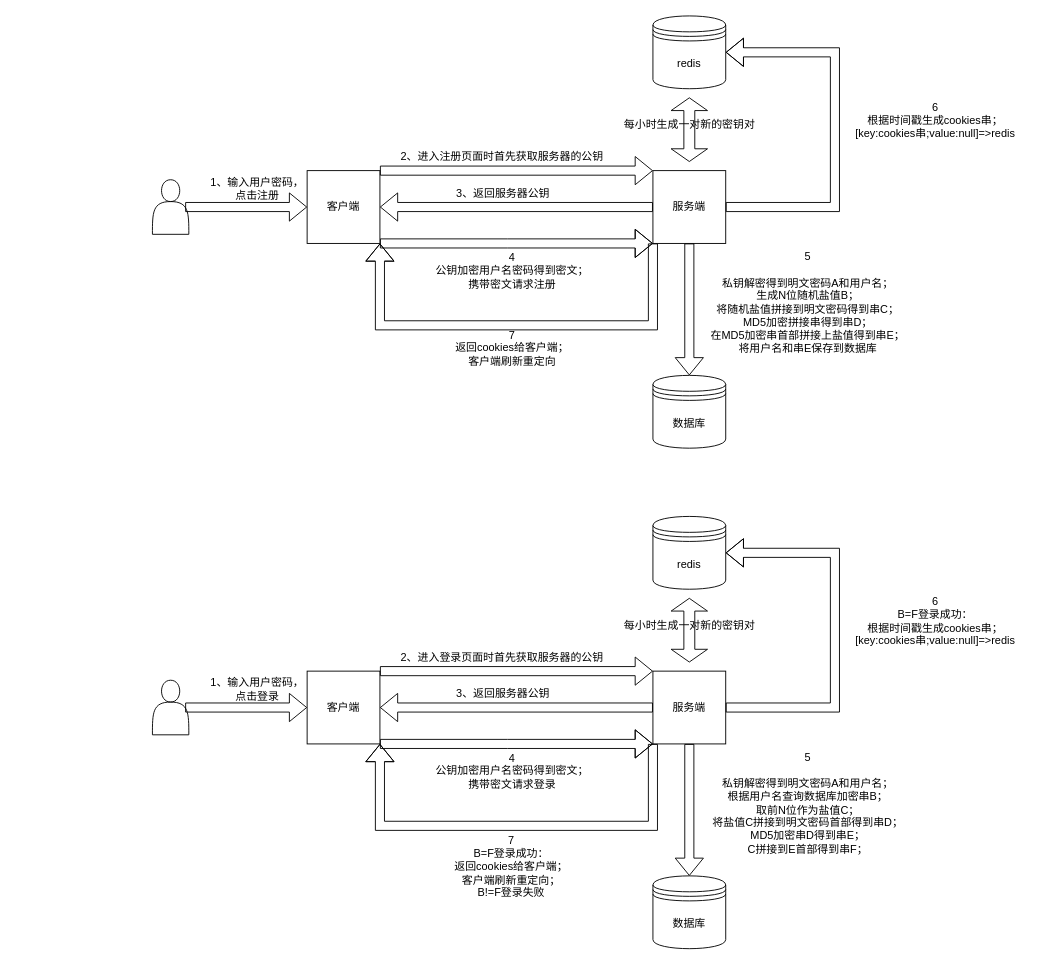
Earlier version of the draw.io diagram 用户登录安全性保证.drawio (red-fox-yj/draw.io). Source tidied: cells renumbered, new cells numbered last; positions are measured from the earlier drawing's top-left corner, leaving out a move shared by most shapes. Both pictures are drawn from the tidied source at 91%, with x=0, y=0 at pixel (152, 15).
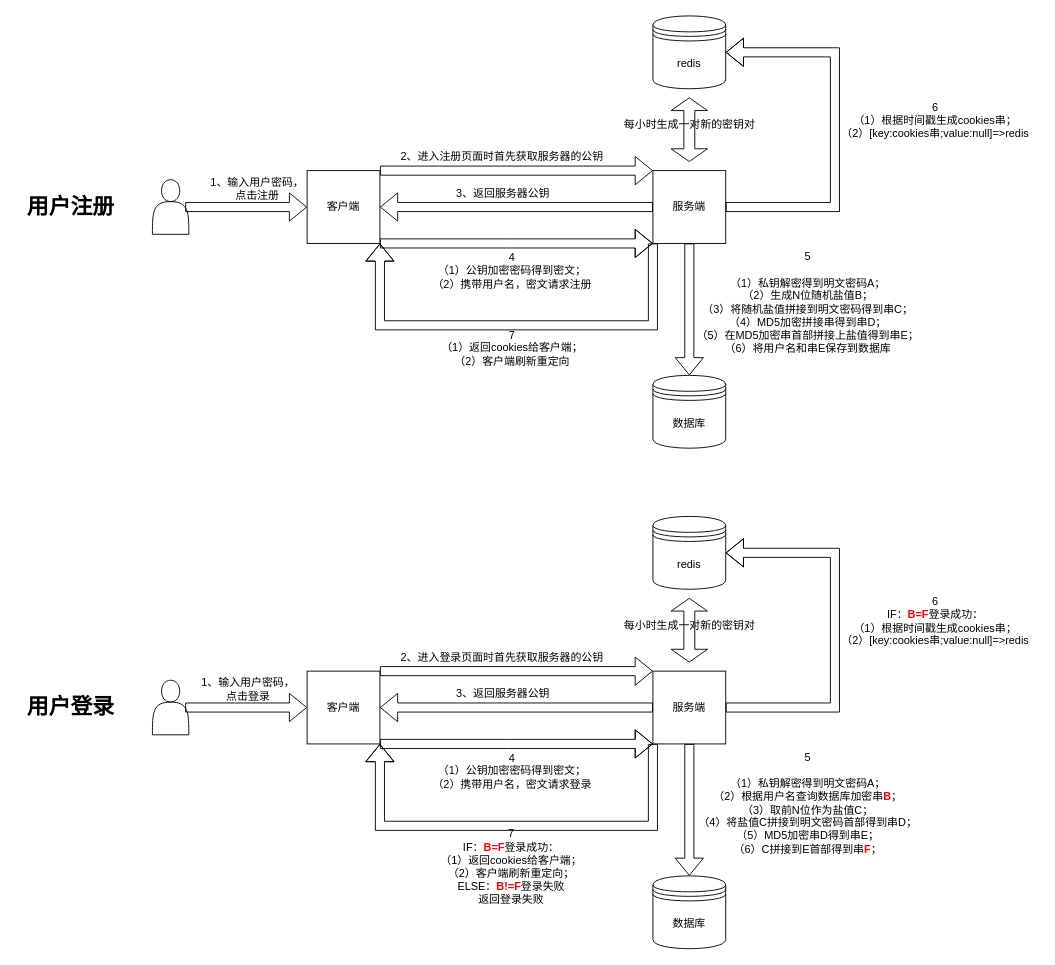
Above is the later version.

Commit message:
更新用户登录安全性保证.drawio

Diff of the diagram source:
```diff
@@
-    <mxCell id="14" value="4&lt;br&gt;公钥加密用户名密码得到密文；&lt;br&gt;携带密文请求注册" style="text;html=1;align=center;verticalAlign=middle;strokeColor=none;fillColor=none;" parent="1" vertex="1">
-      <mxGeometry x="300" y="250" width="190" height="60" as="geometry" />
+    <mxCell id="14" value="4&lt;br&gt;（1）公钥加密密码得到密文；&lt;br&gt;（2）携带用户名，密文请求注册" style="text;html=1;align=center;verticalAlign=middle;strokeColor=none;fillColor=none;" parent="1" vertex="1">
+      <mxGeometry x="295" y="250" width="200" height="60" as="geometry" />
     </mxCell>
@@
-    <mxCell id="17" value="5&lt;br&gt;&lt;br&gt;私钥解密得到明文密码A和用户名；&lt;br&gt;生成N位随机盐值B；&lt;br&gt;将随机盐值拼接到明文密码得到串C；&lt;br&gt;MD5加密拼接串得到串D；&lt;br&gt;在MD5加密串首部拼接上盐值得到串E；&lt;br&gt;将用户名和串E保存到数据库" style="text;html=1;align=center;verticalAlign=middle;strokeColor=none;fillColor=none;" parent="1" vertex="1">
-      <mxGeometry x="600" y="250" width="240" height="130" as="geometry" />
+    <mxCell id="17" value="5&lt;br&gt;&lt;br&gt;（1）私钥解密得到明文密码A；&lt;br&gt;（2）生成N位随机盐值B；&lt;br&gt;（3）将随机盐值拼接到明文密码得到串C；&lt;br&gt;（4）MD5加密拼接串得到串D；&lt;br&gt;（5）在MD5加密串首部拼接上盐值得到串E；&lt;br&gt;（6）将用户名和串E保存到数据库" style="text;html=1;align=center;verticalAlign=middle;strokeColor=none;fillColor=none;" parent="1" vertex="1">
+      <mxGeometry x="585" y="250" width="270" height="130" as="geometry" />
     </mxCell>
@@
-    <mxCell id="19" value="6&lt;br&gt;根据时间戳生成cookies串；&lt;br&gt;[key:cookies串;value:null]=&amp;gt;redis" style="text;html=1;align=center;verticalAlign=middle;strokeColor=none;fillColor=none;" parent="1" vertex="1">
-      <mxGeometry x="760" y="85" width="200" height="60" as="geometry" />
+    <mxCell id="19" value="6&lt;br&gt;（1）根据时间戳生成cookies串；&lt;br&gt;（2）[key:cookies串;value:null]=&amp;gt;redis" style="text;html=1;align=center;verticalAlign=middle;strokeColor=none;fillColor=none;" parent="1" vertex="1">
+      <mxGeometry x="745" y="85" width="230" height="60" as="geometry" />
     </mxCell>
-    <mxCell id="20" value="7&lt;br&gt;返回cookies给客户端；&lt;br&gt;客户端刷新重定向" style="text;html=1;align=center;verticalAlign=middle;strokeColor=none;fillColor=none;" parent="1" vertex="1">
-      <mxGeometry x="320" y="335" width="150" height="60" as="geometry" />
+    <mxCell id="20" value="7&lt;br&gt;（1）返回cookies给客户端；&lt;br&gt;（2）客户端刷新重定向" style="text;html=1;align=center;verticalAlign=middle;strokeColor=none;fillColor=none;" parent="1" vertex="1">
+      <mxGeometry x="305" y="335" width="180" height="60" as="geometry" />
     </mxCell>
@@
     <mxCell id="30" value="1、输入用户密码，&lt;br&gt;点击登录" style="text;html=1;align=center;verticalAlign=middle;strokeColor=none;fillColor=none;" parent="1" vertex="1">
-      <mxGeometry x="50" y="720" width="130" height="40" as="geometry" />
+      <mxGeometry x="40" y="720" width="130" height="40" as="geometry" />
     </mxCell>
@@
-    <mxCell id="35" value="4&lt;br&gt;公钥加密用户名密码得到密文；&lt;br&gt;携带密文请求登录" style="text;html=1;align=center;verticalAlign=middle;strokeColor=none;fillColor=none;" parent="1" vertex="1">
-      <mxGeometry x="300" y="800" width="190" height="60" as="geometry" />
+    <mxCell id="35" value="4&lt;br&gt;（1）公钥加密密码得到密文；&lt;br&gt;（2）携带用户名，密文请求登录" style="text;html=1;align=center;verticalAlign=middle;strokeColor=none;fillColor=none;" parent="1" vertex="1">
+      <mxGeometry x="295" y="800" width="200" height="60" as="geometry" />
     </mxCell>
@@
-    <mxCell id="38" value="5&lt;br&gt;&lt;br&gt;私钥解密得到明文密码A和用户名；&lt;br&gt;根据用户名查询数据库加密串B；&lt;br&gt;取前N位作为盐值C；&lt;br&gt;将盐值C拼接到明文密码首部得到串D；&lt;br&gt;MD5加密串D得到串E；&lt;br&gt;C拼接到E首部得到串F；" style="text;html=1;align=center;verticalAlign=middle;strokeColor=none;fillColor=none;" parent="1" vertex="1">
-      <mxGeometry x="605" y="800" width="230" height="130" as="geometry" />
+    <mxCell id="38" value="5&lt;br&gt;&lt;br&gt;（1）私钥解密得到明文密码A；&lt;br&gt;（2）根据用户名查询数据库加密串&lt;b&gt;&lt;font color=&quot;#ff0000&quot;&gt;B&lt;/font&gt;&lt;/b&gt;；&lt;br&gt;（3）取前N位作为盐值C；&lt;br&gt;（4）将盐值C拼接到明文密码首部得到串D；&lt;br&gt;（5）MD5加密串D得到串E；&lt;br&gt;（6）C拼接到E首部得到串&lt;font color=&quot;#ff0000&quot;&gt;&lt;b&gt;F&lt;/b&gt;&lt;/font&gt;；" style="text;html=1;align=center;verticalAlign=middle;strokeColor=none;fillColor=none;" parent="1" vertex="1">
+      <mxGeometry x="590" y="800" width="260" height="130" as="geometry" />
     </mxCell>
@@
-    <mxCell id="40" value="6&lt;br&gt;B=F登录成功：&lt;br&gt;根据时间戳生成cookies串；&lt;br&gt;[key:cookies串;value:null]=&amp;gt;redis" style="text;html=1;align=center;verticalAlign=middle;strokeColor=none;fillColor=none;" parent="1" vertex="1">
-      <mxGeometry x="760" y="630" width="200" height="70" as="geometry" />
+    <mxCell id="40" value="6&lt;br&gt;IF：&lt;font color=&quot;#ff0000&quot;&gt;&lt;b&gt;B=F&lt;/b&gt;&lt;/font&gt;登录成功：&lt;br&gt;（1）根据时间戳生成cookies串；&lt;br&gt;（2）[key:cookies串;value:null]=&amp;gt;redis" style="text;html=1;align=center;verticalAlign=middle;strokeColor=none;fillColor=none;" parent="1" vertex="1">
+      <mxGeometry x="745" y="630" width="230" height="70" as="geometry" />
     </mxCell>
-    <mxCell id="41" value="7&lt;br&gt;B=F登录成功：&lt;br&gt;返回cookies给客户端；&lt;br&gt;客户端刷新重定向；&lt;br&gt;B!=F登录失败" style="text;html=1;align=center;verticalAlign=middle;strokeColor=none;fillColor=none;" parent="1" vertex="1">
-      <mxGeometry x="319" y="890" width="150" height="90" as="geometry" />
+    <mxCell id="41" value="7&lt;br&gt;IF：&lt;b&gt;&lt;font color=&quot;#ff0000&quot;&gt;B=F&lt;/font&gt;&lt;/b&gt;登录成功：&lt;br&gt;（1）返回cookies给客户端；&lt;br&gt;（2）客户端刷新重定向；&lt;br&gt;ELSE：&lt;font color=&quot;#ff0000&quot;&gt;&lt;b&gt;B!=F&lt;/b&gt;&lt;/font&gt;登录失败&lt;br&gt;返回登录失败" style="text;html=1;align=center;verticalAlign=middle;strokeColor=none;fillColor=none;" parent="1" vertex="1">
+      <mxGeometry x="304" y="885" width="180" height="100" as="geometry" />
     </mxCell>
@@
+    <mxCell id="44" value="&lt;h1&gt;&lt;font color=&quot;#000000&quot;&gt;用户登录&lt;/font&gt;&lt;/h1&gt;" style="text;html=1;align=center;verticalAlign=middle;strokeColor=none;fillColor=none;fontColor=#FF0000;" parent="1" vertex="1">
+      <mxGeometry x="-150" y="725" width="120" height="70" as="geometry" />
+    </mxCell>
+    <mxCell id="45" value="&lt;h1&gt;用户注册&lt;/h1&gt;" style="text;html=1;align=center;verticalAlign=middle;strokeColor=none;fillColor=none;fontColor=#000000;" parent="1" vertex="1">
+      <mxGeometry x="-150" y="175" width="120" height="70" as="geometry" />
+    </mxCell>
```
